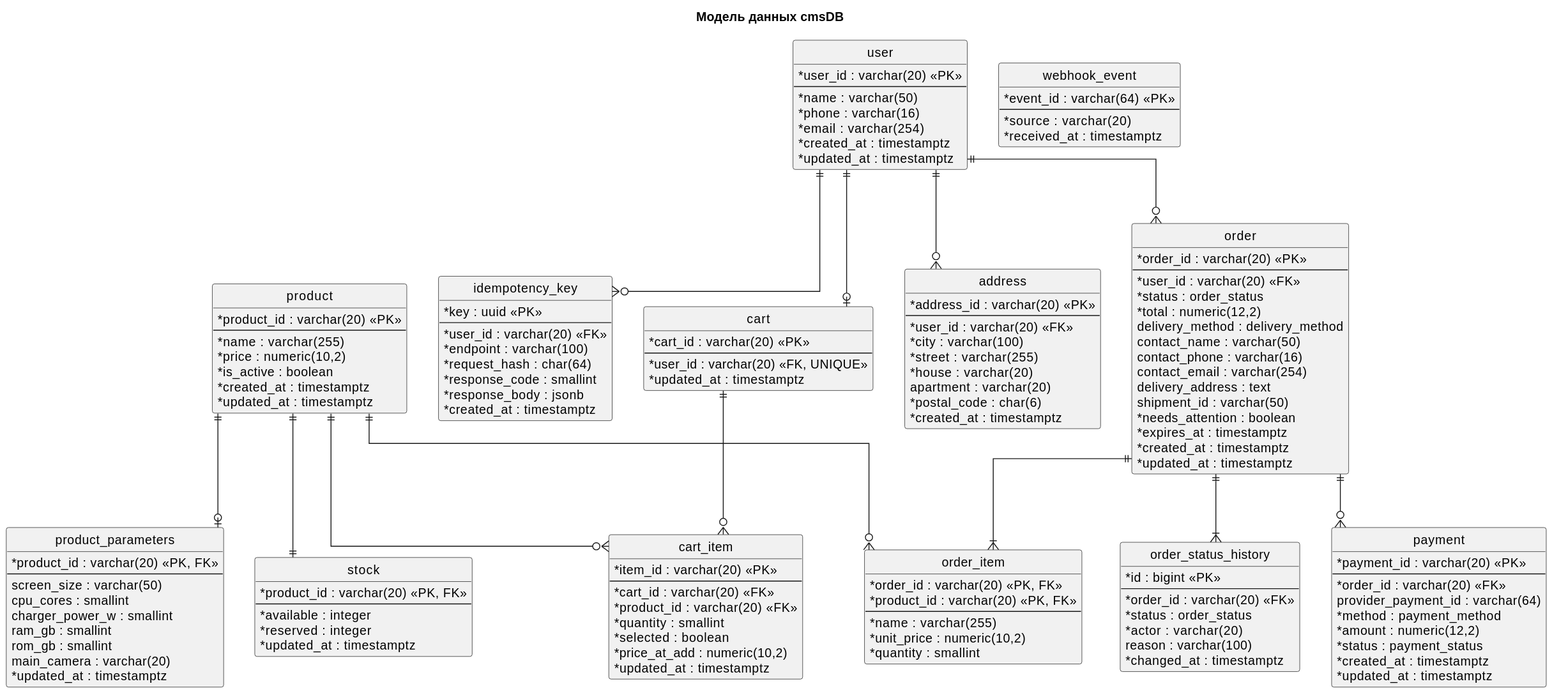
The PlantUML diagram diagrams/07_data_model.svg in archdataops/feature-specification-template, before a commit.
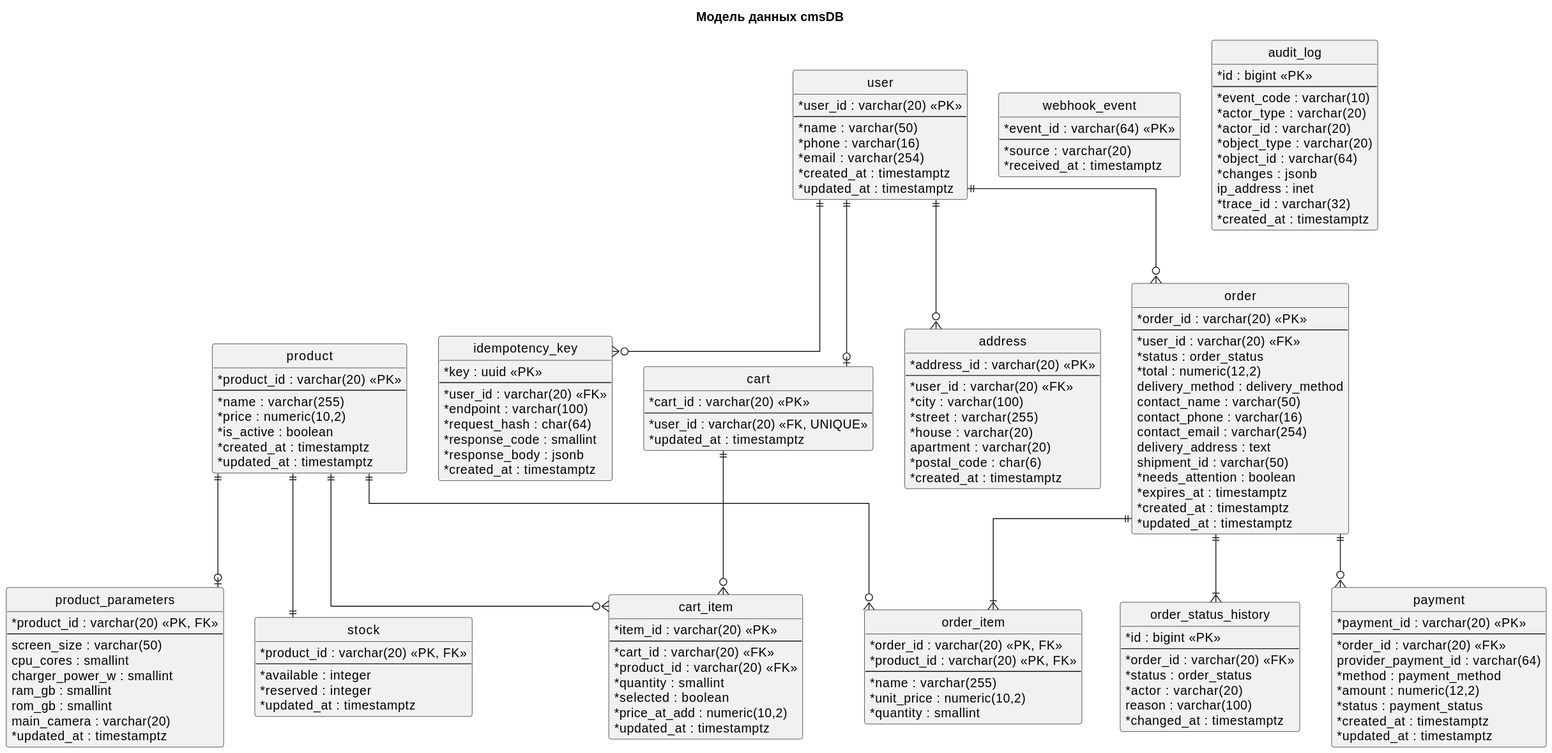
Above is the later version.

Change to the diagram source:
```diff
@@ -141,6 +141,20 @@
   * created_at : timestamptz
 }
 
+entity "audit_log" as audit {
+  * id : bigint <<PK>>
+  --
+  * event_code : varchar(10)
+  * actor_type : varchar(20)
+  * actor_id : varchar(20)
+  * object_type : varchar(20)
+  * object_id : varchar(64)
+  * changes : jsonb
+  ip_address : inet
+  * trace_id : varchar(32)
+  * created_at : timestamptz
+}
+
 product ||--o| params
 product ||--|| stock
 user ||--o{ address
```
